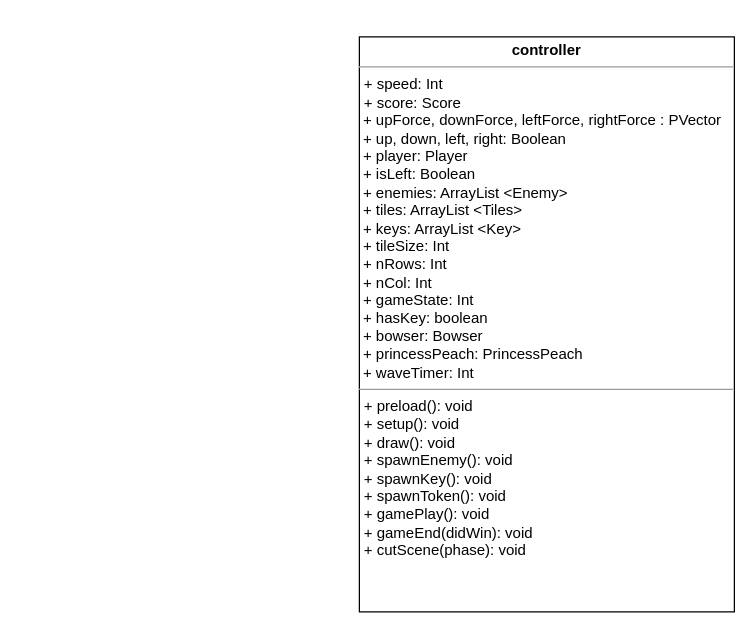
Above: Untitled Diagram.drawio in harjotsk03/wireframeTest (draw.io), before the change. Source tidied: cells renumbered, new cells numbered last; positions are measured from the earlier drawing's top-left corner, leaving out a move shared by most shapes. Both pictures are drawn from the tidied source at 125%, with x=0, y=0 at pixel (359, 36).
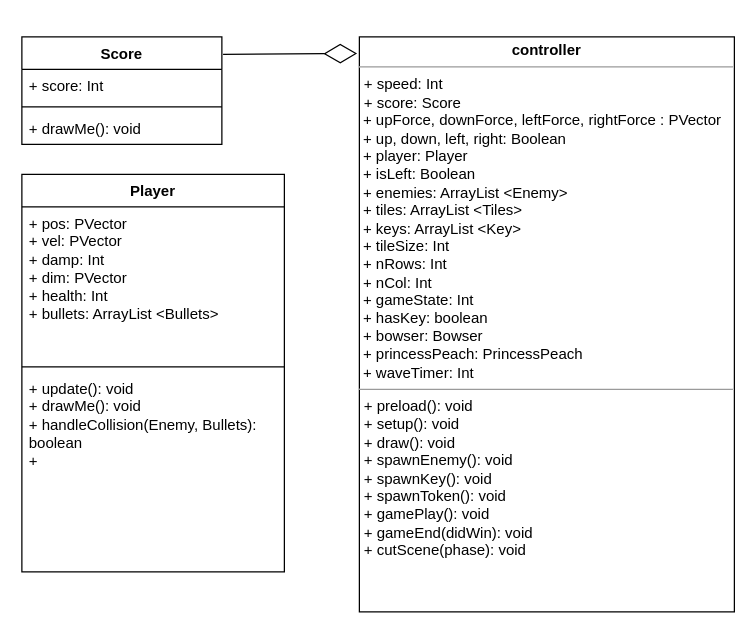
The same diagram, later.

Commit message:
add score class and add player class

The edit, as a diff of the source:
```diff
@@
 <mxGraphModel>
   <root>
     <mxCell id="0" />
     <mxCell id="1" parent="0" />
     <mxCell id="2" value="&lt;p style=&quot;margin:0px;margin-top:4px;text-align:center;&quot;&gt;&lt;b&gt;controller&lt;/b&gt;&lt;/p&gt;&lt;hr size=&quot;1&quot;&gt;&lt;p style=&quot;margin:0px;margin-left:4px;&quot;&gt;+ speed: Int&lt;br&gt;+ score: Score&lt;/p&gt;&amp;nbsp;+ upForce, downForce, leftForce, rightForce : PVector&lt;div&gt;&amp;nbsp;+ up, down, left, right: Boolean&lt;/div&gt;&lt;div&gt;&amp;nbsp;+ player: Player&lt;/div&gt;&lt;div&gt;&amp;nbsp;+ isLeft: Boolean&lt;/div&gt;&lt;div&gt;&amp;nbsp;&lt;span style=&quot;background-color: initial;&quot;&gt;+ enemies: ArrayList &amp;lt;Enemy&amp;gt;&lt;/span&gt;&lt;/div&gt;&lt;div&gt;&amp;nbsp;+ tiles: ArrayList &amp;lt;Tiles&amp;gt;&lt;span style=&quot;background-color: initial;&quot;&gt;&lt;br&gt;&lt;/span&gt;&lt;/div&gt;&lt;div&gt;&amp;nbsp;+ keys: ArrayList &amp;lt;Key&amp;gt;&lt;br&gt;&lt;/div&gt;&lt;div&gt;&amp;nbsp;+ tileSize: Int&lt;br&gt;&lt;/div&gt;&lt;div&gt;&amp;nbsp;+ nRows: Int&lt;/div&gt;&lt;div&gt;&amp;nbsp;+ nCol: Int&lt;/div&gt;&lt;div&gt;&amp;nbsp;+ gameState: Int&lt;/div&gt;&lt;div&gt;&amp;nbsp;+ hasKey: boolean&lt;/div&gt;&lt;div&gt;&amp;nbsp;+ bowser: Bowser&lt;/div&gt;&lt;div&gt;&amp;nbsp;+ princessPeach: PrincessPeach&lt;/div&gt;&lt;div&gt;&amp;nbsp;+ waveTimer: Int&lt;/div&gt;&lt;div&gt;&lt;hr size=&quot;1&quot;&gt;&lt;p style=&quot;margin:0px;margin-left:4px;&quot;&gt;+ preload(): void&lt;/p&gt;&lt;p style=&quot;margin:0px;margin-left:4px;&quot;&gt;+ setup(): void&lt;/p&gt;&lt;p style=&quot;margin:0px;margin-left:4px;&quot;&gt;+ draw(): void&lt;/p&gt;&lt;p style=&quot;margin:0px;margin-left:4px;&quot;&gt;+ spawnEnemy(): void&lt;/p&gt;&lt;p style=&quot;margin:0px;margin-left:4px;&quot;&gt;+ spawnKey(): void&lt;/p&gt;&lt;p style=&quot;margin:0px;margin-left:4px;&quot;&gt;+ spawnToken(): void&lt;/p&gt;&lt;p style=&quot;margin:0px;margin-left:4px;&quot;&gt;+ gamePlay(): void&lt;/p&gt;&lt;p style=&quot;margin:0px;margin-left:4px;&quot;&gt;+ gameEnd(didWin): void&lt;/p&gt;&lt;p style=&quot;margin:0px;margin-left:4px;&quot;&gt;+ cutScene(phase): void&lt;/p&gt;&lt;p style=&quot;margin:0px;margin-left:4px;&quot;&gt;&lt;br&gt;&lt;/p&gt;&lt;/div&gt;" style="verticalAlign=top;align=left;overflow=fill;fontSize=12;fontFamily=Helvetica;html=1;rounded=0;shadow=0;comic=0;labelBackgroundColor=none;strokeWidth=1;" parent="1" vertex="1">
       <mxGeometry width="300" height="460" as="geometry" />
     </mxCell>
+    <mxCell id="3" value="Score" style="swimlane;fontStyle=1;align=center;verticalAlign=top;horizontal=1;startSize=26;whiteSpace=wrap;html=1;" parent="1" vertex="1">
+      <mxGeometry x="-270" width="160" height="86" as="geometry" />
+    </mxCell>
+    <mxCell id="4" value="+ score: Int" style="text;strokeColor=none;fillColor=none;align=left;verticalAlign=top;spacingLeft=4;spacingRight=4;overflow=hidden;whiteSpace=wrap;html=1;" parent="3" vertex="1">
+      <mxGeometry y="26" width="160" height="26" as="geometry" />
+    </mxCell>
+    <mxCell id="5" style="line;strokeWidth=1;fillColor=none;align=left;verticalAlign=middle;spacingTop=-1;spacingLeft=3;spacingRight=3;labelPosition=right;strokeColor=inherit;" parent="3" vertex="1">
+      <mxGeometry y="52" width="160" height="8" as="geometry" />
+    </mxCell>
+    <mxCell id="6" value="+ drawMe(): void" style="text;strokeColor=none;fillColor=none;align=left;verticalAlign=top;spacingLeft=4;spacingRight=4;overflow=hidden;whiteSpace=wrap;html=1;" parent="3" vertex="1">
+      <mxGeometry y="60" width="160" height="26" as="geometry" />
+    </mxCell>
+    <mxCell id="7" style="endArrow=diamondThin;endFill=0;endSize=24;html=1;rounded=0;exitX=1.006;exitY=0.162;exitDx=0;exitDy=0;exitPerimeter=0;entryX=-0.006;entryY=0.029;entryDx=0;entryDy=0;entryPerimeter=0;" parent="1" edge="1" source="3" target="2">
+      <mxGeometry relative="1" as="geometry" />
+    </mxCell>
+    <mxCell id="8" value="Player" style="swimlane;fontStyle=1;align=center;verticalAlign=top;horizontal=1;startSize=26;whiteSpace=wrap;html=1;" parent="1" vertex="1">
+      <mxGeometry x="-270" y="110" width="210" height="318" as="geometry" />
+    </mxCell>
+    <mxCell id="9" value="+ pos: PVector&lt;div&gt;+ vel: PVector&lt;br&gt;&lt;/div&gt;&lt;div&gt;+ damp: Int&lt;/div&gt;&lt;div&gt;+ dim: PVector&lt;/div&gt;&lt;div&gt;+ health: Int&lt;/div&gt;&lt;div&gt;+ bullets: ArrayList &amp;lt;Bullets&amp;gt;&lt;/div&gt;" style="text;strokeColor=none;fillColor=none;align=left;verticalAlign=top;spacingLeft=4;spacingRight=4;overflow=hidden;whiteSpace=wrap;html=1;" parent="8" vertex="1">
+      <mxGeometry y="26" width="210" height="124" as="geometry" />
+    </mxCell>
+    <mxCell id="10" style="line;strokeWidth=1;fillColor=none;align=left;verticalAlign=middle;spacingTop=-1;spacingLeft=3;spacingRight=3;labelPosition=right;strokeColor=inherit;" parent="8" vertex="1">
+      <mxGeometry y="150" width="210" height="8" as="geometry" />
+    </mxCell>
+    <mxCell id="11" value="+ update(): void&lt;div&gt;+ drawMe(): void&lt;div&gt;+ handleCollision(Enemy, Bullets): boolean&lt;/div&gt;&lt;/div&gt;&lt;div&gt;+&amp;nbsp;&lt;/div&gt;" style="text;strokeColor=none;fillColor=none;align=left;verticalAlign=top;spacingLeft=4;spacingRight=4;overflow=hidden;whiteSpace=wrap;html=1;" parent="8" vertex="1">
+      <mxGeometry y="158" width="210" height="160" as="geometry" />
+    </mxCell>
   </root>
 </mxGraphModel>
```
